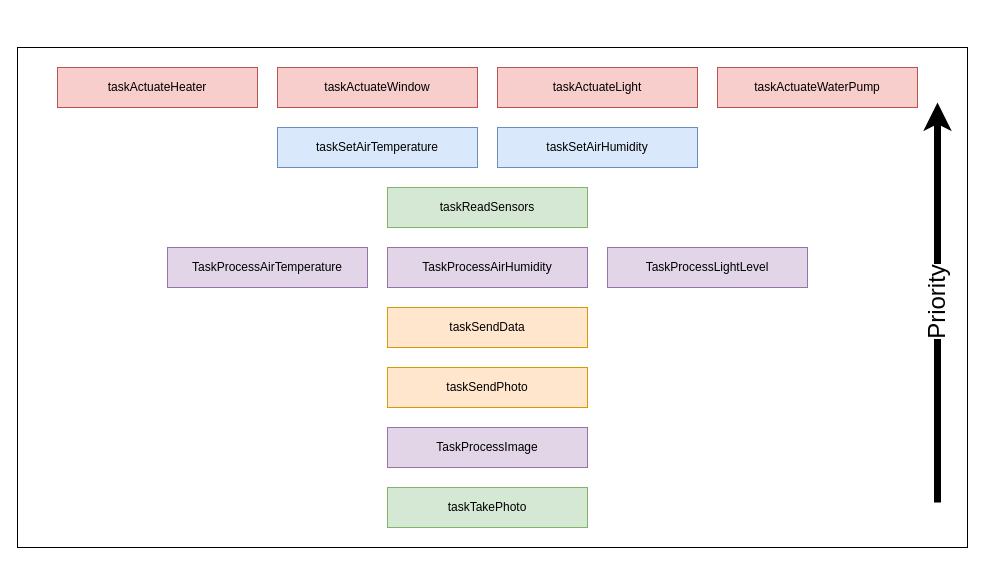
rafaelandrepedro/embebidos2122 keeps this draw.io diagram as Diagrams/taskpriority.drawio. Above is the earlier version. Source tidied: cells renumbered, new cells numbered last; positions are measured from the earlier drawing's top-left corner, leaving out a move shared by most shapes. Both pictures are drawn from the tidied source at 100%, with x=0, y=0 at pixel (17, 47).
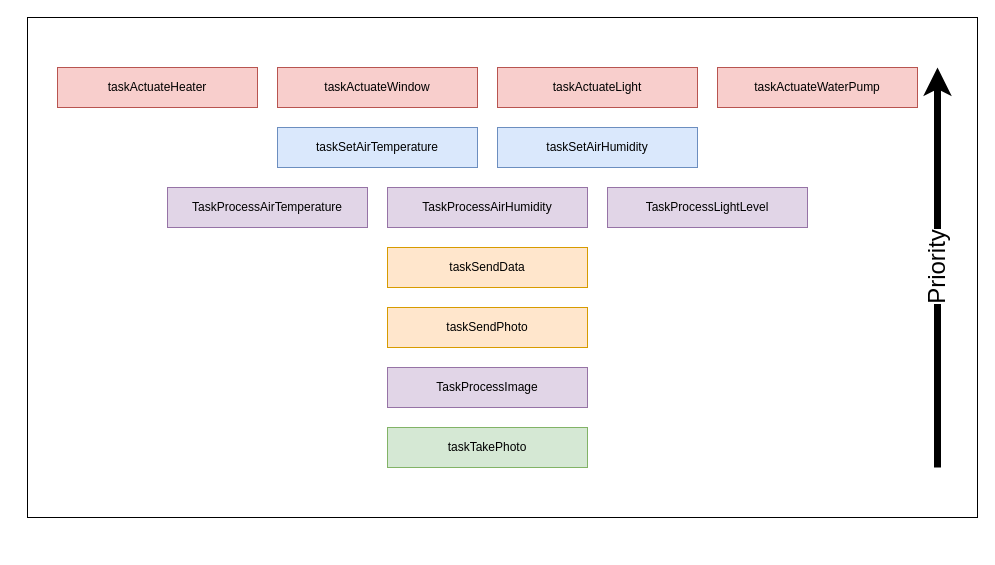
The same diagram, later.

Diff of the diagram source:
```diff
@@
 <mxGraphModel>
   <root>
     <mxCell id="0" />
     <mxCell id="1" parent="0" />
-    <mxCell id="2" value="taskReadSensors" style="rounded=0;whiteSpace=wrap;html=1;fillColor=#d5e8d4;strokeColor=#82b366;" parent="1" vertex="1">
-      <mxGeometry x="370" y="140" width="200" height="40" as="geometry" />
-    </mxCell>
     <mxCell id="3" value="TaskProcessImage" style="rounded=0;whiteSpace=wrap;html=1;fillColor=#e1d5e7;strokeColor=#9673a6;" parent="1" vertex="1">
-      <mxGeometry x="370" y="380" width="200" height="40" as="geometry" />
+      <mxGeometry x="370" y="320" width="200" height="40" as="geometry" />
     </mxCell>
     <mxCell id="4" value="taskActuateHeater" style="rounded=0;whiteSpace=wrap;html=1;fillColor=#f8cecc;strokeColor=#b85450;" parent="1" vertex="1">
       <mxGeometry x="40" y="20" width="200" height="40" as="geometry" />
     </mxCell>
     <mxCell id="5" value="taskActuateWindow" style="rounded=0;whiteSpace=wrap;html=1;fillColor=#f8cecc;strokeColor=#b85450;" parent="1" vertex="1">
       <mxGeometry x="260" y="20" width="200" height="40" as="geometry" />
     </mxCell>
     <mxCell id="6" value="taskSendData" style="rounded=0;whiteSpace=wrap;html=1;fillColor=#ffe6cc;strokeColor=#d79b00;" parent="1" vertex="1">
-      <mxGeometry x="370" y="260" width="200" height="40" as="geometry" />
+      <mxGeometry x="370" y="200" width="200" height="40" as="geometry" />
     </mxCell>
     <mxCell id="7" value="taskSendPhoto" style="rounded=0;whiteSpace=wrap;html=1;fillColor=#ffe6cc;strokeColor=#d79b00;" parent="1" vertex="1">
-      <mxGeometry x="370" y="320" width="200" height="40" as="geometry" />
+      <mxGeometry x="370" y="260" width="200" height="40" as="geometry" />
     </mxCell>
     <mxCell id="8" value="taskActuateWaterPump" style="rounded=0;whiteSpace=wrap;html=1;fillColor=#f8cecc;strokeColor=#b85450;" parent="1" vertex="1">
       <mxGeometry x="700" y="20" width="200" height="40" as="geometry" />
     </mxCell>
     <mxCell id="9" value="taskActuateLight" style="rounded=0;whiteSpace=wrap;html=1;fillColor=#f8cecc;strokeColor=#b85450;" parent="1" vertex="1">
       <mxGeometry x="480" y="20" width="200" height="40" as="geometry" />
     </mxCell>
     <mxCell id="10" value="taskSetAirTemperature" style="rounded=0;whiteSpace=wrap;html=1;fillColor=#dae8fc;strokeColor=#6c8ebf;" parent="1" vertex="1">
       <mxGeometry x="260" y="80" width="200" height="40" as="geometry" />
     </mxCell>
     <mxCell id="11" value="taskSetAirHumidity" style="rounded=0;whiteSpace=wrap;html=1;fillColor=#dae8fc;strokeColor=#6c8ebf;" parent="1" vertex="1">
       <mxGeometry x="480" y="80" width="200" height="40" as="geometry" />
     </mxCell>
     <mxCell id="12" style="rounded=0;whiteSpace=wrap;html=1;fontSize=24;fillColor=none;" parent="1" vertex="1">
-      <mxGeometry width="950" height="500" as="geometry" />
+      <mxGeometry x="10" y="-30" width="950" height="500" as="geometry" />
     </mxCell>
     <mxCell id="13" value="Priority" style="endArrow=classic;html=1;rounded=0;horizontal=0;fontSize=24;strokeWidth=7;" parent="1" edge="1">
       <mxGeometry relative="1" as="geometry">
-        <mxPoint x="920" y="455" as="sourcePoint" />
-        <mxPoint x="920" y="55" as="targetPoint" />
+        <mxPoint x="920" y="420" as="sourcePoint" />
+        <mxPoint x="920" y="20" as="targetPoint" />
       </mxGeometry>
     </mxCell>
     <mxCell id="14" value="TaskProcessAirTemperature" style="rounded=0;whiteSpace=wrap;html=1;fillColor=#e1d5e7;strokeColor=#9673a6;" parent="1" vertex="1">
-      <mxGeometry x="150" y="200" width="200" height="40" as="geometry" />
+      <mxGeometry x="150" y="140" width="200" height="40" as="geometry" />
     </mxCell>
     <mxCell id="15" value="TaskProcessAirHumidity" style="rounded=0;whiteSpace=wrap;html=1;fillColor=#e1d5e7;strokeColor=#9673a6;" parent="1" vertex="1">
-      <mxGeometry x="370" y="200" width="200" height="40" as="geometry" />
+      <mxGeometry x="370" y="140" width="200" height="40" as="geometry" />
     </mxCell>
     <mxCell id="16" value="TaskProcessLightLevel" style="rounded=0;whiteSpace=wrap;html=1;fillColor=#e1d5e7;strokeColor=#9673a6;" parent="1" vertex="1">
-      <mxGeometry x="590" y="200" width="200" height="40" as="geometry" />
+      <mxGeometry x="590" y="140" width="200" height="40" as="geometry" />
     </mxCell>
     <mxCell id="17" value="taskTakePhoto" style="rounded=0;whiteSpace=wrap;html=1;fillColor=#d5e8d4;strokeColor=#82b366;" parent="1" vertex="1">
-      <mxGeometry x="370" y="440" width="200" height="40" as="geometry" />
+      <mxGeometry x="370" y="380" width="200" height="40" as="geometry" />
     </mxCell>
   </root>
 </mxGraphModel>
```
